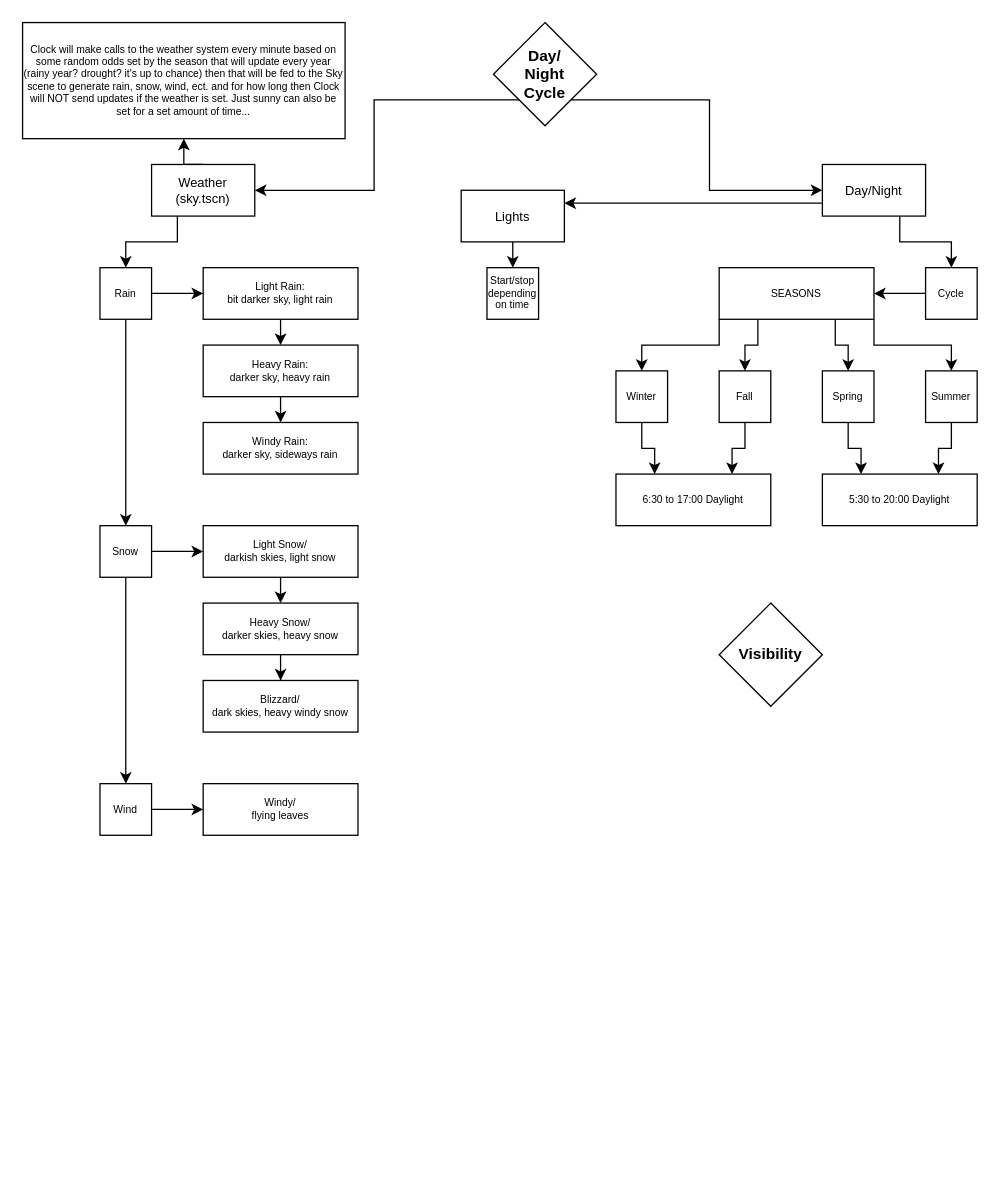
ChrisGlenn/Taelus keeps this draw.io diagram as Notes/Charts/lightcycle.drawio. Above is the earlier version. Source tidied: cells renumbered, new cells numbered last; positions are measured from the earlier drawing's top-left corner, leaving out a move shared by most shapes. Both pictures are drawn from the tidied source at 129%, with x=0, y=0 at pixel (22, 22).
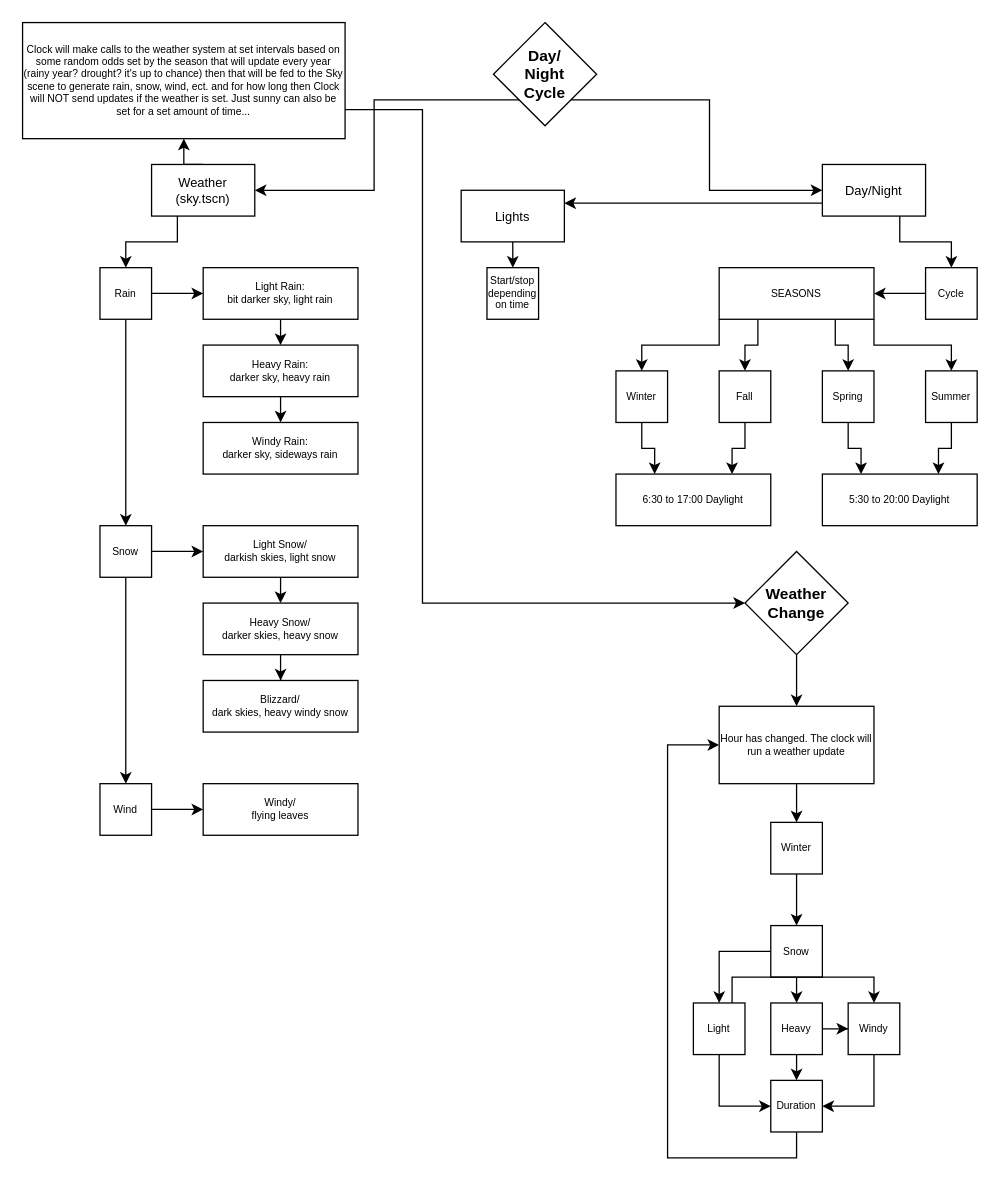
Above is the later version.

Change to the diagram source:
```diff
@@
+    <mxCell id="52" style="edgeStyle=orthogonalEdgeStyle;rounded=0;jettySize=auto;html=1;exitX=0.5;exitY=1;exitDx=0;exitDy=0;entryX=0.5;entryY=0;entryDx=0;entryDy=0;" parent="1" edge="1" source="50" target="55">
+      <mxGeometry relative="1" as="geometry" />
+    </mxCell>
-    <mxCell id="50" value="Visibility" style="rhombus;whiteSpace=wrap;html=1;fontStyle=1;" parent="1" vertex="1">
-      <mxGeometry x="540" y="450" width="80" height="80" as="geometry" />
+    <mxCell id="50" value="Weather&lt;br&gt;Change" style="rhombus;whiteSpace=wrap;html=1;fontStyle=1;" parent="1" vertex="1">
+      <mxGeometry x="560" y="410" width="80" height="80" as="geometry" />
     </mxCell>
+    <mxCell id="53" style="edgeStyle=orthogonalEdgeStyle;rounded=0;jettySize=auto;html=1;exitX=1;exitY=0.75;exitDx=0;exitDy=0;entryX=0;entryY=0.5;entryDx=0;entryDy=0;" parent="1" edge="1" source="51" target="50">
+      <mxGeometry relative="1" as="geometry">
+        <Array as="points">
+          <mxPoint x="310" y="68" />
+          <mxPoint x="310" y="450" />
+        </Array>
+      </mxGeometry>
+    </mxCell>
-    <mxCell id="51" value="Clock will make calls to the weather system every minute based on some random odds set by the season that will update every year (rainy year? drought? it's up to chance) then that will be fed to the Sky scene to generate rain, snow, wind, ect. and for how long then Clock will NOT send updates if the weather is set. Just sunny can also be set for a set amount of time..." style="rounded=0;whiteSpace=wrap;html=1;fontSize=8;" parent="1" vertex="1">
+    <mxCell id="51" value="Clock will make calls to the weather system at set intervals based on some random odds set by the season that will update every year (rainy year? drought? it's up to chance) then that will be fed to the Sky scene to generate rain, snow, wind, ect. and for how long then Clock will NOT send updates if the weather is set. Just sunny can also be set for a set amount of time..." style="rounded=0;whiteSpace=wrap;html=1;fontSize=8;" parent="1" vertex="1">
       <mxGeometry width="250" height="90" as="geometry" />
     </mxCell>
+    <mxCell id="54" style="edgeStyle=orthogonalEdgeStyle;rounded=0;jettySize=auto;html=1;exitX=0.5;exitY=1;exitDx=0;exitDy=0;entryX=0.5;entryY=0;entryDx=0;entryDy=0;" parent="1" edge="1" source="55" target="57">
+      <mxGeometry relative="1" as="geometry" />
+    </mxCell>
+    <mxCell id="55" value="Hour has changed. The clock will run a weather update" style="rounded=0;whiteSpace=wrap;html=1;fontSize=8;" parent="1" vertex="1">
+      <mxGeometry x="540" y="530" width="120" height="60" as="geometry" />
+    </mxCell>
+    <mxCell id="56" style="edgeStyle=orthogonalEdgeStyle;rounded=0;jettySize=auto;html=1;exitX=0.5;exitY=1;exitDx=0;exitDy=0;entryX=0.5;entryY=0;entryDx=0;entryDy=0;" parent="1" edge="1" source="57" target="60">
+      <mxGeometry relative="1" as="geometry" />
+    </mxCell>
+    <mxCell id="57" value="Winter" style="rounded=0;whiteSpace=wrap;html=1;fontSize=8;" parent="1" vertex="1">
+      <mxGeometry x="580" y="620" width="40" height="40" as="geometry" />
+    </mxCell>
+    <mxCell id="58" style="edgeStyle=orthogonalEdgeStyle;rounded=0;jettySize=auto;html=1;exitX=0.5;exitY=1;exitDx=0;exitDy=0;entryX=0.5;entryY=0;entryDx=0;entryDy=0;" parent="1" edge="1" source="60" target="66">
+      <mxGeometry relative="1" as="geometry" />
+    </mxCell>
+    <mxCell id="59" style="edgeStyle=orthogonalEdgeStyle;rounded=0;jettySize=auto;html=1;exitX=0;exitY=0.5;exitDx=0;exitDy=0;entryX=0.5;entryY=0;entryDx=0;entryDy=0;" parent="1" edge="1" source="60" target="63">
+      <mxGeometry relative="1" as="geometry" />
+    </mxCell>
+    <mxCell id="60" value="Snow" style="rounded=0;whiteSpace=wrap;html=1;fontSize=8;" parent="1" vertex="1">
+      <mxGeometry x="580" y="700" width="40" height="40" as="geometry" />
+    </mxCell>
+    <mxCell id="61" style="edgeStyle=orthogonalEdgeStyle;rounded=0;jettySize=auto;html=1;exitX=0.75;exitY=0;exitDx=0;exitDy=0;entryX=0.5;entryY=0;entryDx=0;entryDy=0;" parent="1" edge="1" source="63" target="68">
+      <mxGeometry relative="1" as="geometry" />
+    </mxCell>
+    <mxCell id="62" style="edgeStyle=orthogonalEdgeStyle;rounded=0;jettySize=auto;html=1;exitX=0.5;exitY=1;exitDx=0;exitDy=0;entryX=0;entryY=0.5;entryDx=0;entryDy=0;" parent="1" edge="1" source="63" target="70">
+      <mxGeometry relative="1" as="geometry" />
+    </mxCell>
+    <mxCell id="63" value="Light" style="rounded=0;whiteSpace=wrap;html=1;fontSize=8;" parent="1" vertex="1">
+      <mxGeometry x="520" y="760" width="40" height="40" as="geometry" />
+    </mxCell>
+    <mxCell id="64" style="edgeStyle=orthogonalEdgeStyle;rounded=0;jettySize=auto;html=1;" parent="1" edge="1" source="66" target="68">
+      <mxGeometry relative="1" as="geometry" />
+    </mxCell>
+    <mxCell id="65" style="edgeStyle=orthogonalEdgeStyle;rounded=0;jettySize=auto;html=1;exitX=0.5;exitY=1;exitDx=0;exitDy=0;entryX=0.5;entryY=0;entryDx=0;entryDy=0;" parent="1" edge="1" source="66" target="70">
+      <mxGeometry relative="1" as="geometry" />
+    </mxCell>
+    <mxCell id="66" value="Heavy" style="rounded=0;whiteSpace=wrap;html=1;fontSize=8;" parent="1" vertex="1">
+      <mxGeometry x="580" y="760" width="40" height="40" as="geometry" />
+    </mxCell>
+    <mxCell id="67" style="edgeStyle=orthogonalEdgeStyle;rounded=0;jettySize=auto;html=1;exitX=0.5;exitY=1;exitDx=0;exitDy=0;entryX=1;entryY=0.5;entryDx=0;entryDy=0;" parent="1" edge="1" source="68" target="70">
+      <mxGeometry relative="1" as="geometry" />
+    </mxCell>
+    <mxCell id="68" value="Windy" style="rounded=0;whiteSpace=wrap;html=1;fontSize=8;" parent="1" vertex="1">
+      <mxGeometry x="640" y="760" width="40" height="40" as="geometry" />
+    </mxCell>
+    <mxCell id="69" style="edgeStyle=orthogonalEdgeStyle;rounded=0;jettySize=auto;html=1;exitX=0.5;exitY=1;exitDx=0;exitDy=0;entryX=0;entryY=0.5;entryDx=0;entryDy=0;" parent="1" edge="1" source="70" target="55">
+      <mxGeometry relative="1" as="geometry">
+        <Array as="points">
+          <mxPoint x="600" y="880" />
+          <mxPoint x="500" y="880" />
+          <mxPoint x="500" y="560" />
+        </Array>
+      </mxGeometry>
+    </mxCell>
+    <mxCell id="70" value="Duration" style="rounded=0;whiteSpace=wrap;html=1;fontSize=8;" parent="1" vertex="1">
+      <mxGeometry x="580" y="820" width="40" height="40" as="geometry" />
+    </mxCell>
```
